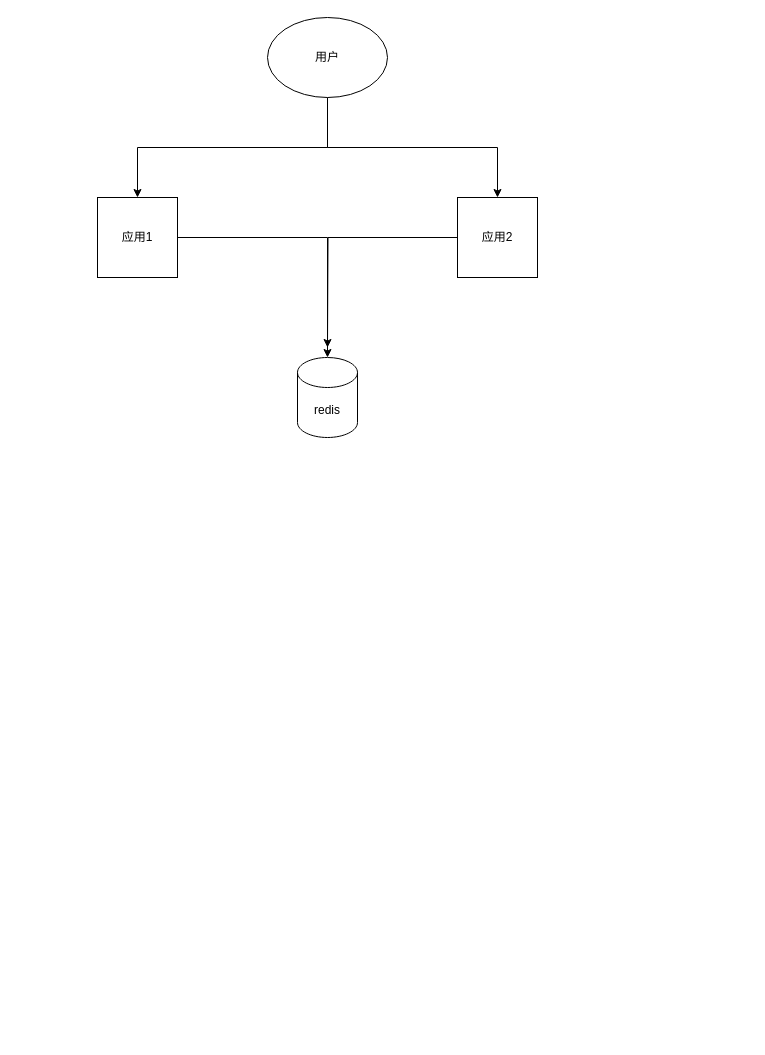
This is github关联绘图.drawio from codehezi/Draw, a draw.io file, before an edit. Source tidied: cells renumbered, new cells numbered last; positions are measured from the earlier drawing's top-left corner, leaving out a move shared by most shapes. Both pictures are drawn from the tidied source at 100%, with x=0, y=0 at pixel (97, 17).
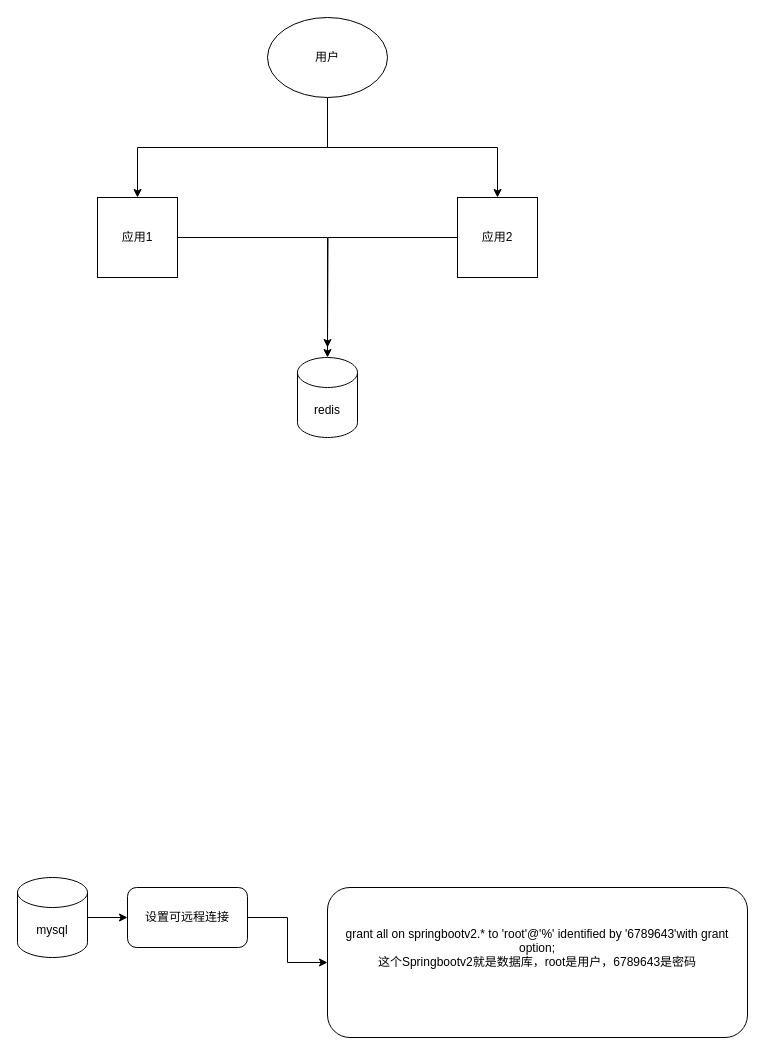
After the change.

Commit message:
更新github关联绘图.drawio

Diff of the diagram source:
```diff
@@
 <mxGraphModel>
   <root>
     <mxCell id="0" />
     <mxCell id="1" parent="0" />
     <mxCell id="2" style="edgeStyle=orthogonalEdgeStyle;rounded=0;jettySize=auto;html=1;exitX=0.5;exitY=1;exitDx=0;exitDy=0;entryX=0.5;entryY=0;entryDx=0;entryDy=0;" parent="1" edge="1" source="4" target="6">
       <mxGeometry relative="1" as="geometry" />
     </mxCell>
     <mxCell id="3" style="edgeStyle=orthogonalEdgeStyle;rounded=0;jettySize=auto;html=1;exitX=0.5;exitY=1;exitDx=0;exitDy=0;" parent="1" edge="1" source="4" target="8">
       <mxGeometry relative="1" as="geometry" />
     </mxCell>
     <mxCell id="4" value="用户" style="ellipse;whiteSpace=wrap;html=1;" parent="1" vertex="1">
       <mxGeometry x="170" width="120" height="80" as="geometry" />
     </mxCell>
     <mxCell id="5" style="edgeStyle=orthogonalEdgeStyle;rounded=0;jettySize=auto;html=1;exitX=1;exitY=0.5;exitDx=0;exitDy=0;entryX=0.5;entryY=0;entryDx=0;entryDy=0;entryPerimeter=0;" parent="1" edge="1" source="6" target="9">
       <mxGeometry relative="1" as="geometry" />
     </mxCell>
     <mxCell id="6" value="应用1" style="whiteSpace=wrap;html=1;" parent="1" vertex="1">
       <mxGeometry y="180" width="80" height="80" as="geometry" />
     </mxCell>
     <mxCell id="7" style="edgeStyle=orthogonalEdgeStyle;rounded=0;jettySize=auto;html=1;" parent="1" edge="1" source="8">
       <mxGeometry relative="1" as="geometry">
         <mxPoint x="230" y="330" as="targetPoint" />
       </mxGeometry>
     </mxCell>
     <mxCell id="8" value="应用2" style="whiteSpace=wrap;html=1;" parent="1" vertex="1">
       <mxGeometry x="360" y="180" width="80" height="80" as="geometry" />
     </mxCell>
     <mxCell id="9" value="redis" style="shape=cylinder3;whiteSpace=wrap;html=1;boundedLbl=1;backgroundOutline=1;size=15;" parent="1" vertex="1">
       <mxGeometry x="200" y="340" width="60" height="80" as="geometry" />
     </mxCell>
+    <mxCell id="10" style="edgeStyle=orthogonalEdgeStyle;rounded=0;jettySize=auto;html=1;" parent="1" edge="1" source="11" target="13">
+      <mxGeometry relative="1" as="geometry" />
+    </mxCell>
+    <mxCell id="11" value="mysql" style="shape=cylinder3;whiteSpace=wrap;html=1;boundedLbl=1;backgroundOutline=1;size=15;" parent="1" vertex="1">
+      <mxGeometry x="-80" y="860" width="70" height="80" as="geometry" />
+    </mxCell>
+    <mxCell id="12" style="edgeStyle=orthogonalEdgeStyle;rounded=0;jettySize=auto;html=1;" parent="1" edge="1" source="13" target="14">
+      <mxGeometry relative="1" as="geometry" />
+    </mxCell>
+    <mxCell id="13" value="设置可远程连接" style="rounded=1;whiteSpace=wrap;html=1;" parent="1" vertex="1">
+      <mxGeometry x="30" y="870" width="120" height="60" as="geometry" />
+    </mxCell>
+    <mxCell id="14" value="grant all on springbootv2.* to 'root'@'%' identified by '6789643'with grant option;&lt;br&gt;这个Springbootv2就是数据库，root是用户，6789643是密码&lt;br&gt;&lt;br&gt;&lt;br&gt;" style="rounded=1;whiteSpace=wrap;html=1;" parent="1" vertex="1">
+      <mxGeometry x="230" y="870" width="420" height="150" as="geometry" />
+    </mxCell>
   </root>
 </mxGraphModel>
```
